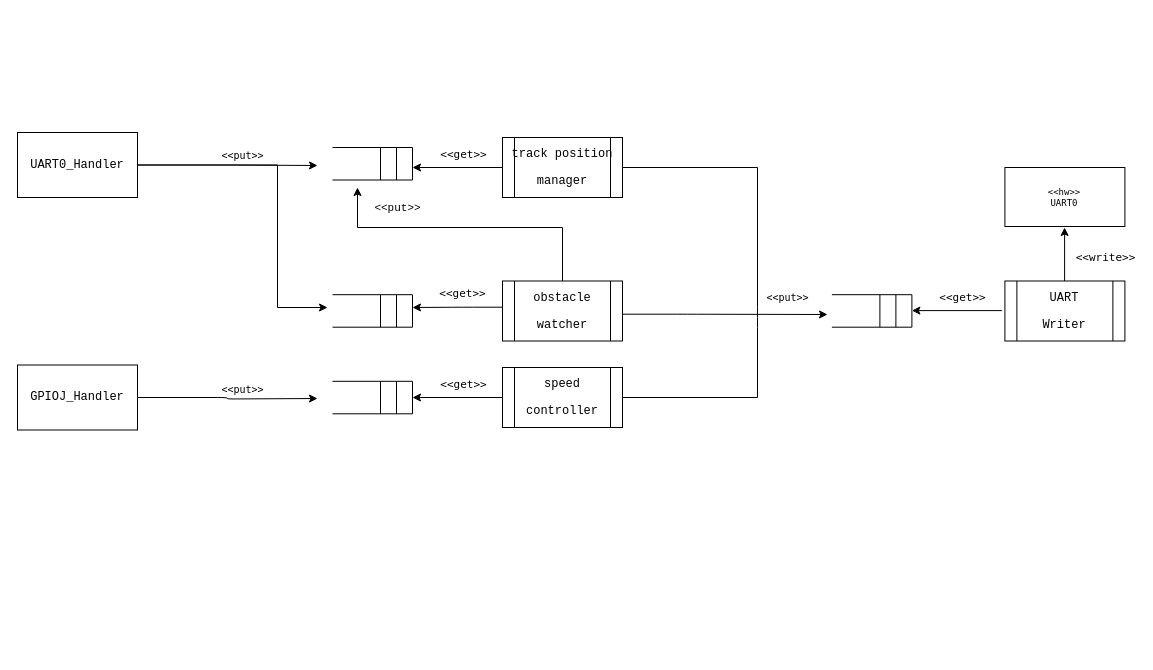
fsmiamoto/auto-guided-vehicle keeps this draw.io diagram as arquitetura/architecture.drawio. Above is the earlier version. Source tidied: cells renumbered, new cells numbered last; positions are measured from the earlier drawing's top-left corner, leaving out a move shared by most shapes. Both pictures are drawn from the tidied source at 100%, with x=0, y=0 at pixel (17, 132).
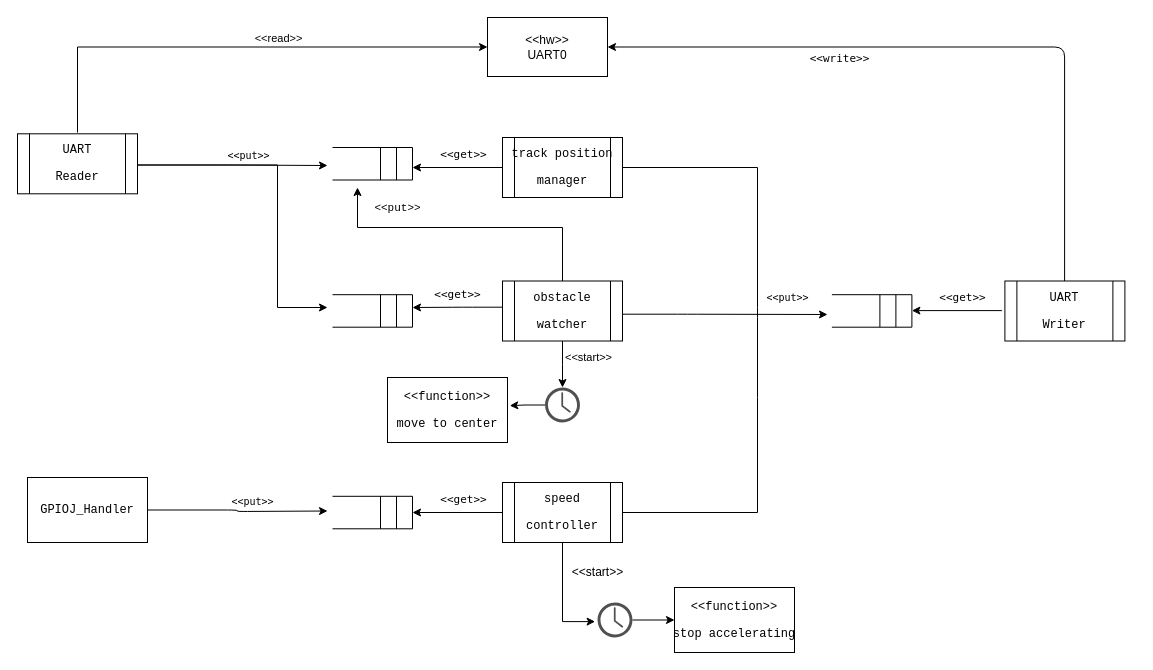
Above is the later version.

The change refers to these unchanged cells:
```xml
<mxCell id="21" value="&lt;pre&gt;obstacle&lt;/pre&gt;&lt;pre&gt;watcher&lt;/pre&gt;" style="shape=process;whiteSpace=wrap;html=1;backgroundOutline=1;rounded=0;" parent="1" vertex="1">
  <mxGeometry x="485" y="148.5" width="120" height="60" as="geometry" />
</mxCell>
<mxCell id="38" style="edgeStyle=orthogonalEdgeStyle;orthogonalLoop=1;jettySize=auto;html=1;exitX=0;exitY=0.5;exitDx=0;exitDy=0;fontFamily=Lucida Console;" parent="1" edge="1">
  <mxGeometry relative="1" as="geometry">
    <mxPoint x="485" y="174.7" as="sourcePoint" />
    <mxPoint x="395" y="175" as="targetPoint" />
    <Array as="points">
      <mxPoint x="445" y="175" />
      <mxPoint x="405" y="175" />
    </Array>
  </mxGeometry>
</mxCell>
```

Diff of the diagram source:
```diff
@@
     <mxCell id="2" style="edgeStyle=orthogonalEdgeStyle;jettySize=auto;html=1;" parent="1" edge="1" source="4">
       <mxGeometry relative="1" as="geometry">
-        <mxPoint x="300" y="266" as="targetPoint" />
+        <mxPoint x="310" y="378.5" as="targetPoint" />
       </mxGeometry>
     </mxCell>
@@
     <mxCell id="4" value="&lt;pre&gt;&lt;font style=&quot;font-size: 12px&quot;&gt;GPIOJ_Handler&lt;/font&gt;&lt;br&gt;&lt;/pre&gt;" style="whiteSpace=wrap;html=1;rounded=0;" parent="1" vertex="1">
-      <mxGeometry y="232.5" width="120" height="65" as="geometry" />
+      <mxGeometry x="10" y="345" width="120" height="65" as="geometry" />
     </mxCell>
     <mxCell id="5" style="group;rounded=1;" parent="1" vertex="1">
-      <mxGeometry x="315" y="248.8" width="80" height="32.5" as="geometry" />
+      <mxGeometry x="315" y="363.8" width="80" height="32.5" as="geometry" />
     </mxCell>
@@
     <mxCell id="11" style="edgeStyle=orthogonalEdgeStyle;jettySize=auto;html=1;exitX=0;exitY=0.5;exitDx=0;exitDy=0;fontFamily=Lucida Console;" parent="1" edge="1" source="14">
       <mxGeometry relative="1" as="geometry">
-        <mxPoint x="395" y="265" as="targetPoint" />
+        <mxPoint x="395" y="380" as="targetPoint" />
       </mxGeometry>
     </mxCell>
@@
+    <mxCell id="54" style="edgeStyle=orthogonalEdgeStyle;rounded=0;jettySize=auto;html=1;entryX=-0.068;entryY=0.546;entryDx=0;entryDy=0;entryPerimeter=0;" parent="1" edge="1" source="14" target="61">
+      <mxGeometry relative="1" as="geometry">
+        <Array as="points">
+          <mxPoint x="545" y="490" />
+          <mxPoint x="578" y="490" />
+        </Array>
+      </mxGeometry>
+    </mxCell>
     <mxCell id="14" value="&lt;pre&gt;speed&lt;/pre&gt;&lt;pre&gt;controller&lt;/pre&gt;" style="shape=process;whiteSpace=wrap;html=1;backgroundOutline=1;rounded=0;" parent="1" vertex="1">
-      <mxGeometry x="485" y="235" width="120" height="60" as="geometry" />
+      <mxGeometry x="485" y="350" width="120" height="60" as="geometry" />
     </mxCell>
-    <mxCell id="15" style="edgeStyle=orthogonalEdgeStyle;rounded=0;jettySize=auto;html=1;endArrow=classic;endFill=1;" parent="1" edge="1" source="16">
+    <mxCell id="15" style="edgeStyle=orthogonalEdgeStyle;rounded=0;orthogonalLoop=1;jettySize=auto;html=1;endArrow=classic;endFill=1;" parent="1" edge="1">
       <mxGeometry relative="1" as="geometry">
+        <mxPoint x="120" y="32.5" as="sourcePoint" />
         <mxPoint x="310" y="175" as="targetPoint" />
         <Array as="points">
           <mxPoint x="260" y="32" />
           <mxPoint x="260" y="175" />
           <mxPoint x="310" y="175" />
         </Array>
       </mxGeometry>
     </mxCell>
-    <mxCell id="16" value="&lt;pre&gt;UART0_Handler&lt;/pre&gt;" style="whiteSpace=wrap;html=1;rounded=0;" parent="1" vertex="1">
-      <mxGeometry width="120" height="65" as="geometry" />
-    </mxCell>
+    <mxCell id="55" style="edgeStyle=orthogonalEdgeStyle;rounded=0;jettySize=auto;html=1;exitX=0.5;exitY=0;exitDx=0;exitDy=0;entryX=0;entryY=0.5;entryDx=0;entryDy=0;" parent="1" edge="1" target="51">
+      <mxGeometry relative="1" as="geometry">
+        <mxPoint x="60" as="sourcePoint" />
+        <Array as="points">
+          <mxPoint x="60" y="-86" />
+        </Array>
+      </mxGeometry>
+    </mxCell>
+    <mxCell id="56" value="&amp;lt;&amp;lt;read&amp;gt;&amp;gt;" style="edgeLabel;html=1;align=center;verticalAlign=middle;" parent="55" vertex="1">
+      <mxGeometry x="-0.02" relative="1" as="geometry">
+        <mxPoint x="43" y="-9" as="offset" />
+      </mxGeometry>
+    </mxCell>
-    <mxCell id="17" style="edgeStyle=orthogonalEdgeStyle;jettySize=auto;html=1;exitX=1;exitY=0.5;exitDx=0;exitDy=0;" parent="1" edge="1" source="16">
+    <mxCell id="17" style="edgeStyle=orthogonalEdgeStyle;orthogonalLoop=1;jettySize=auto;html=1;exitX=1;exitY=0.5;exitDx=0;exitDy=0;" parent="1" edge="1">
       <mxGeometry relative="1" as="geometry">
-        <mxPoint x="300" y="33" as="targetPoint" />
+        <mxPoint x="120" y="32.5" as="sourcePoint" />
+        <mxPoint x="310" y="33" as="targetPoint" />
         <Array as="points">
           <mxPoint x="210" y="32" />
         </Array>
       </mxGeometry>
     </mxCell>
@@
+    <mxCell id="57" style="edgeStyle=orthogonalEdgeStyle;rounded=0;jettySize=auto;html=1;" parent="1" edge="1" source="21">
+      <mxGeometry relative="1" as="geometry">
+        <mxPoint x="545" y="255" as="targetPoint" />
+      </mxGeometry>
+    </mxCell>
+    <mxCell id="58" value="&amp;lt;&amp;lt;start&amp;gt;&amp;gt;" style="edgeLabel;html=1;align=center;verticalAlign=middle;" parent="57" vertex="1">
+      <mxGeometry x="0.79" y="-1" relative="1" as="geometry">
+        <mxPoint x="26" y="-25" as="offset" />
+      </mxGeometry>
+    </mxCell>
@@
     <mxCell id="39" value="&amp;lt;&amp;lt;get&amp;gt;&amp;gt;" style="edgeLabel;html=1;align=center;verticalAlign=middle;fontFamily=Lucida Console;rounded=1;" parent="38" vertex="1">
       <mxGeometry x="0.22" y="-1" relative="1" as="geometry">
-        <mxPoint x="15" y="-13" as="offset" />
+        <mxPoint x="10" y="-12" as="offset" />
       </mxGeometry>
     </mxCell>
@@
-    <mxCell id="51" value="&amp;lt;&amp;lt;hw&amp;gt;&amp;gt;&lt;br&gt;UART0" style="whiteSpace=wrap;html=1;fontFamily=Lucida Console;fontSize=9;rounded=0;" parent="1" vertex="1">
-      <mxGeometry x="987.4" y="35" width="120" height="59" as="geometry" />
+    <mxCell id="51" value="&lt;font face=&quot;Helvetica&quot; style=&quot;font-size: 12px&quot;&gt;&amp;lt;&amp;lt;hw&amp;gt;&amp;gt;&lt;br&gt;UART0&lt;/font&gt;" style="whiteSpace=wrap;html=1;fontFamily=Lucida Console;fontSize=9;rounded=0;" parent="1" vertex="1">
+      <mxGeometry x="470" y="-115" width="120" height="59" as="geometry" />
     </mxCell>
-    <mxCell id="52" style="edgeStyle=orthogonalEdgeStyle;orthogonalLoop=1;jettySize=auto;html=1;exitX=0.5;exitY=0;exitDx=0;exitDy=0;fontFamily=Lucida Console;" parent="1" edge="1">
+    <mxCell id="52" style="edgeStyle=orthogonalEdgeStyle;jettySize=auto;html=1;exitX=0.5;exitY=0;exitDx=0;exitDy=0;fontFamily=Lucida Console;entryX=1;entryY=0.5;entryDx=0;entryDy=0;" parent="1" edge="1" target="51">
       <mxGeometry relative="1" as="geometry">
         <mxPoint x="1047.1" y="148.5" as="sourcePoint" />
-        <mxPoint x="1047.1" y="95" as="targetPoint" />
+        <Array as="points">
+          <mxPoint x="1047" y="-85" />
+        </Array>
       </mxGeometry>
     </mxCell>
     <mxCell id="53" value="&amp;lt;&amp;lt;write&amp;gt;&amp;gt;" style="edgeLabel;html=1;align=center;verticalAlign=middle;fontFamily=Lucida Console;rounded=1;" parent="52" vertex="1">
       <mxGeometry x="0.22" y="-1" relative="1" as="geometry">
-        <mxPoint x="39" y="9" as="offset" />
+        <mxPoint x="-38" y="12" as="offset" />
       </mxGeometry>
     </mxCell>
+    <mxCell id="59" value="&lt;pre&gt;UART&lt;/pre&gt;&lt;pre&gt;Reader&lt;/pre&gt;" style="shape=process;whiteSpace=wrap;html=1;backgroundOutline=1;rounded=0;" parent="1" vertex="1">
+      <mxGeometry y="1.3" width="120" height="60" as="geometry" />
+    </mxCell>
+    <mxCell id="60" style="edgeStyle=orthogonalEdgeStyle;rounded=0;jettySize=auto;html=1;entryX=0;entryY=0.5;entryDx=0;entryDy=0;" parent="1" edge="1" source="61" target="63">
+      <mxGeometry relative="1" as="geometry" />
+    </mxCell>
+    <mxCell id="61" style="shadow=0;dashed=0;html=1;strokeColor=none;fillColor=#505050;labelPosition=center;verticalLabelPosition=bottom;verticalAlign=top;outlineConnect=0;align=center;shape=mxgraph.office.concepts.clock;" parent="1" vertex="1">
+      <mxGeometry x="580" y="470" width="35" height="35" as="geometry" />
+    </mxCell>
+    <mxCell id="62" value="&amp;lt;&amp;lt;start&amp;gt;&amp;gt;" style="text;html=1;align=center;verticalAlign=middle;strokeColor=none;" parent="1" vertex="1">
+      <mxGeometry x="545" y="430" width="70" height="20" as="geometry" />
+    </mxCell>
+    <mxCell id="63" value="&lt;pre&gt;&lt;font style=&quot;font-size: 12px&quot;&gt;&amp;lt;&amp;lt;function&amp;gt;&amp;gt;&lt;/font&gt;&lt;/pre&gt;&lt;pre&gt;&lt;font style=&quot;font-size: 12px&quot;&gt;stop accelerating&lt;/font&gt;&lt;/pre&gt;" style="whiteSpace=wrap;html=1;rounded=0;" parent="1" vertex="1">
+      <mxGeometry x="657" y="455" width="120" height="65" as="geometry" />
+    </mxCell>
+    <mxCell id="64" style="edgeStyle=orthogonalEdgeStyle;rounded=0;jettySize=auto;html=1;entryX=1.019;entryY=0.433;entryDx=0;entryDy=0;entryPerimeter=0;" parent="1" edge="1" source="65" target="66">
+      <mxGeometry relative="1" as="geometry" />
+    </mxCell>
+    <mxCell id="65" style="shadow=0;dashed=0;html=1;strokeColor=none;fillColor=#505050;labelPosition=center;verticalLabelPosition=bottom;verticalAlign=top;outlineConnect=0;align=center;shape=mxgraph.office.concepts.clock;" parent="1" vertex="1">
+      <mxGeometry x="527.5" y="255" width="35" height="35" as="geometry" />
+    </mxCell>
+    <mxCell id="66" value="&lt;pre&gt;&lt;font style=&quot;font-size: 12px&quot;&gt;&amp;lt;&amp;lt;function&amp;gt;&amp;gt;&lt;/font&gt;&lt;/pre&gt;&lt;pre&gt;move to center&lt;/pre&gt;" style="whiteSpace=wrap;html=1;rounded=0;" parent="1" vertex="1">
+      <mxGeometry x="370" y="245" width="120" height="65" as="geometry" />
+    </mxCell>
```
